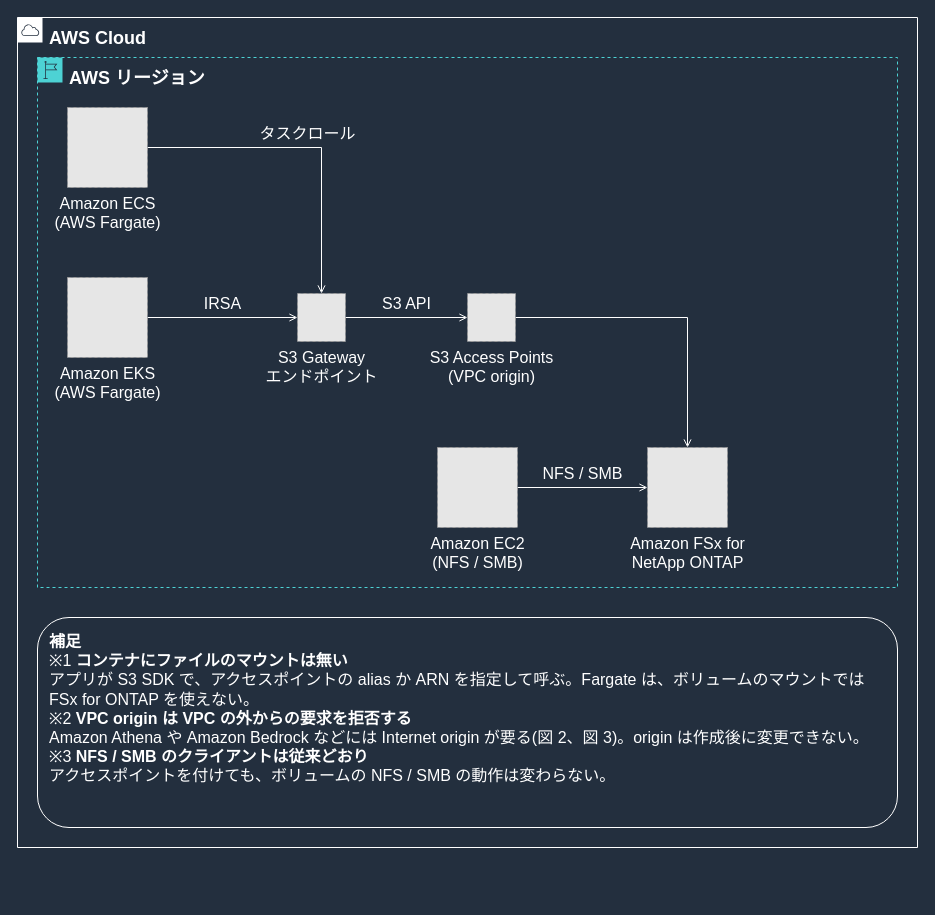
Earlier version of the draw.io diagram docs/_assets/diagrams/s3ap-container-overview-dark.drawio (Yoshiki0705/FSx-for-ONTAP-Container-Datastore-Patterns). Source tidied: cells renumbered, new cells numbered last; positions are measured from the earlier drawing's top-left corner, leaving out a move shared by most shapes. Both pictures are drawn from the tidied source at 100%, with x=0, y=0 at pixel (17, 17). Pictures stored in the file or linked from it are replaced by grey dashed boxes.
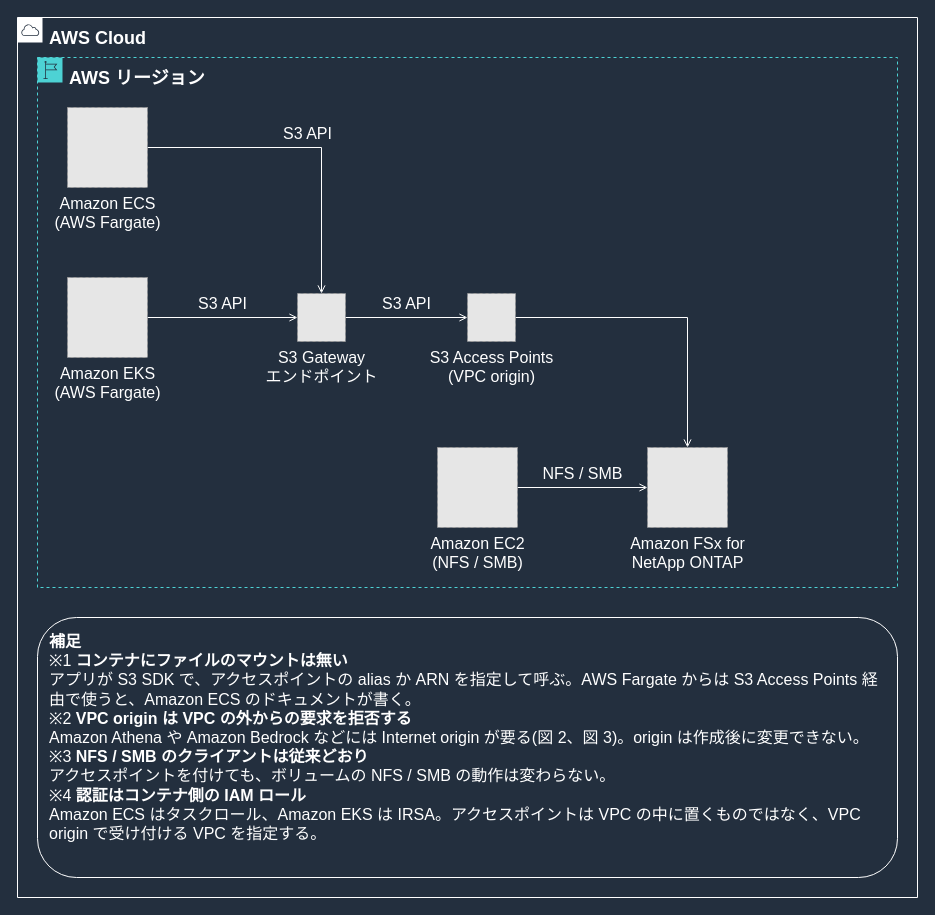
Above is the later version.

Diff of the diagram source:
```diff
@@
 <mxGraphModel background="#232F3E">
   <root>
     <mxCell id="0" />
     <mxCell id="1" parent="0" />
-    <mxCell id="2" value="タスクロール" style="edgeStyle=orthogonalEdgeStyle;rounded=0;html=1;endArrow=open;endFill=0;strokeColor=#FFFFFF;strokeWidth=1;fontSize=16;fontColor=#FFFFFF;labelBackgroundColor=#232F3E;exitX=1.0;exitY=0.5;exitDx=0;exitDy=0;entryX=0.5;entryY=0.0;entryDx=0;entryDy=0;" parent="1" edge="1" source="10" target="12">
+    <mxCell id="2" value="S3 API" style="edgeStyle=orthogonalEdgeStyle;rounded=0;html=1;endArrow=open;endFill=0;strokeColor=#FFFFFF;strokeWidth=1;fontSize=16;fontColor=#FFFFFF;labelBackgroundColor=#232F3E;exitX=1.0;exitY=0.5;exitDx=0;exitDy=0;entryX=0.5;entryY=0.0;entryDx=0;entryDy=0;" parent="1" edge="1" source="10" target="12">
       <mxGeometry relative="1" as="geometry">
         <mxPoint y="-14" as="offset" />
       </mxGeometry>
     </mxCell>
-    <mxCell id="3" value="IRSA" style="edgeStyle=orthogonalEdgeStyle;rounded=0;html=1;endArrow=open;endFill=0;strokeColor=#FFFFFF;strokeWidth=1;fontSize=16;fontColor=#FFFFFF;labelBackgroundColor=#232F3E;exitX=1.0;exitY=0.5;exitDx=0;exitDy=0;entryX=0.0;entryY=0.5;entryDx=0;entryDy=0;" parent="1" edge="1" source="11" target="12">
+    <mxCell id="3" value="S3 API" style="edgeStyle=orthogonalEdgeStyle;rounded=0;html=1;endArrow=open;endFill=0;strokeColor=#FFFFFF;strokeWidth=1;fontSize=16;fontColor=#FFFFFF;labelBackgroundColor=#232F3E;exitX=1.0;exitY=0.5;exitDx=0;exitDy=0;entryX=0.0;entryY=0.5;entryDx=0;entryDy=0;" parent="1" edge="1" source="11" target="12">
       <mxGeometry relative="1" as="geometry">
         <mxPoint y="-14" as="offset" />
       </mxGeometry>
     </mxCell>
     <mxCell id="4" value="S3 API" style="edgeStyle=orthogonalEdgeStyle;rounded=0;html=1;endArrow=open;endFill=0;strokeColor=#FFFFFF;strokeWidth=1;fontSize=16;fontColor=#FFFFFF;labelBackgroundColor=#232F3E;exitX=1.0;exitY=0.5;exitDx=0;exitDy=0;entryX=0.0;entryY=0.5;entryDx=0;entryDy=0;" parent="1" edge="1" source="12" target="13">
       <mxGeometry relative="1" as="geometry">
         <mxPoint y="-14" as="offset" />
       </mxGeometry>
     </mxCell>
     <mxCell id="5" style="edgeStyle=orthogonalEdgeStyle;rounded=0;html=1;endArrow=open;endFill=0;strokeColor=#FFFFFF;strokeWidth=1;fontSize=16;fontColor=#FFFFFF;labelBackgroundColor=#232F3E;exitX=1.0;exitY=0.5;exitDx=0;exitDy=0;entryX=0.5;entryY=0.0;entryDx=0;entryDy=0;" parent="1" edge="1" source="13" target="14">
       <mxGeometry relative="1" as="geometry" />
     </mxCell>
     <mxCell id="6" value="NFS / SMB" style="edgeStyle=orthogonalEdgeStyle;rounded=0;html=1;endArrow=open;endFill=0;strokeColor=#FFFFFF;strokeWidth=1;fontSize=16;fontColor=#FFFFFF;labelBackgroundColor=#232F3E;exitX=1.0;exitY=0.5;exitDx=0;exitDy=0;entryX=0.0;entryY=0.5;entryDx=0;entryDy=0;" parent="1" edge="1" source="15" target="14">
       <mxGeometry relative="1" as="geometry">
         <mxPoint y="-14" as="offset" />
       </mxGeometry>
     </mxCell>
     <mxCell id="7" value="AWS Cloud" style="gradientColor=none;html=1;whiteSpace=wrap;fontSize=18;fontStyle=1;fontColor=#FFFFFF;shape=mxgraph.aws4.group;grIcon=mxgraph.aws4.group_aws_cloud;strokeColor=#FFFFFF;fillColor=none;verticalAlign=top;align=left;spacingLeft=30;spacingTop=4;dashed=0;labelBackgroundColor=#232F3E;" parent="1" vertex="1">
-      <mxGeometry width="900" height="830" as="geometry" />
+      <mxGeometry width="900" height="880" as="geometry" />
     </mxCell>
     <mxCell id="8" value="AWS リージョン" style="gradientColor=none;html=1;whiteSpace=wrap;fontSize=18;fontStyle=1;fontColor=#FFFFFF;shape=mxgraph.aws4.group;grIcon=mxgraph.aws4.group_region;strokeColor=#4DD2D4;fillColor=none;verticalAlign=top;align=left;spacingLeft=30;spacingTop=4;dashed=1;labelBackgroundColor=#232F3E;" parent="1" vertex="1">
       <mxGeometry x="20" y="40" width="860" height="530" as="geometry" />
     </mxCell>
-    <mxCell id="9" value="&lt;b&gt;補足&lt;/b&gt;&lt;br&gt;※1 &lt;b&gt;コンテナにファイルのマウントは無い&lt;/b&gt;&lt;br&gt;アプリが S3 SDK で、アクセスポイントの alias か ARN を指定して呼ぶ。Fargate は、ボリュームのマウントでは FSx for ONTAP を使えない。&lt;br&gt;※2 &lt;b&gt;VPC origin は VPC の外からの要求を拒否する&lt;/b&gt;&lt;br&gt;Amazon Athena や Amazon Bedrock などには Internet origin が要る(図 2、図 3)。origin は作成後に変更できない。&lt;br&gt;※3 &lt;b&gt;NFS / SMB のクライアントは従来どおり&lt;/b&gt;&lt;br&gt;アクセスポイントを付けても、ボリュームの NFS / SMB の動作は変わらない。" style="rounded=1;whiteSpace=wrap;html=1;strokeColor=#FFFFFF;fillColor=none;fontColor=#FFFFFF;fontSize=16;verticalAlign=top;align=left;spacingLeft=10;spacingRight=10;spacingTop=8;" parent="1" vertex="1">
-      <mxGeometry x="20" y="600" width="860" height="210" as="geometry" />
+    <mxCell id="9" value="&lt;b&gt;補足&lt;/b&gt;&lt;br&gt;※1 &lt;b&gt;コンテナにファイルのマウントは無い&lt;/b&gt;&lt;br&gt;アプリが S3 SDK で、アクセスポイントの alias か ARN を指定して呼ぶ。AWS Fargate からは S3 Access Points 経由で使うと、Amazon ECS のドキュメントが書く。&lt;br&gt;※2 &lt;b&gt;VPC origin は VPC の外からの要求を拒否する&lt;/b&gt;&lt;br&gt;Amazon Athena や Amazon Bedrock などには Internet origin が要る(図 2、図 3)。origin は作成後に変更できない。&lt;br&gt;※3 &lt;b&gt;NFS / SMB のクライアントは従来どおり&lt;/b&gt;&lt;br&gt;アクセスポイントを付けても、ボリュームの NFS / SMB の動作は変わらない。&lt;br&gt;※4 &lt;b&gt;認証はコンテナ側の IAM ロール&lt;/b&gt;&lt;br&gt;Amazon ECS はタスクロール、Amazon EKS は IRSA。アクセスポイントは VPC の中に置くものではなく、VPC origin で受け付ける VPC を指定する。" style="rounded=1;whiteSpace=wrap;html=1;strokeColor=#FFFFFF;fillColor=none;fontColor=#FFFFFF;fontSize=16;verticalAlign=top;align=left;spacingLeft=10;spacingRight=10;spacingTop=8;" parent="1" vertex="1">
+      <mxGeometry x="20" y="600" width="860" height="260" as="geometry" />
     </mxCell>
     <mxCell id="10" value="Amazon ECS&lt;br&gt;(AWS Fargate)" style="fillColor=#E6E6E6;strokeColor=#999999;dashed=1;html=1;verticalLabelPosition=bottom;verticalAlign=top;labelPosition=center;align=center;fontSize=16;fontColor=#FFFFFF;" parent="1" vertex="1">
       <mxGeometry x="50" y="90" width="80" height="80" as="geometry" />
     </mxCell>
     <mxCell id="11" value="Amazon EKS&lt;br&gt;(AWS Fargate)" style="fillColor=#E6E6E6;strokeColor=#999999;dashed=1;html=1;verticalLabelPosition=bottom;verticalAlign=top;labelPosition=center;align=center;fontSize=16;fontColor=#FFFFFF;" parent="1" vertex="1">
       <mxGeometry x="50" y="260" width="80" height="80" as="geometry" />
     </mxCell>
     <mxCell id="12" value="S3 Gateway&lt;br&gt;エンドポイント" style="fillColor=#E6E6E6;strokeColor=#999999;dashed=1;html=1;verticalLabelPosition=bottom;verticalAlign=top;labelPosition=center;align=center;fontSize=16;fontColor=#FFFFFF;" parent="1" vertex="1">
       <mxGeometry x="280" y="276" width="48" height="48" as="geometry" />
     </mxCell>
     <mxCell id="13" value="S3 Access Points&lt;br&gt;(VPC origin)" style="fillColor=#E6E6E6;strokeColor=#999999;dashed=1;html=1;verticalLabelPosition=bottom;verticalAlign=top;labelPosition=center;align=center;fontSize=16;fontColor=#FFFFFF;" parent="1" vertex="1">
       <mxGeometry x="450" y="276" width="48" height="48" as="geometry" />
     </mxCell>
     <mxCell id="14" value="Amazon FSx for&lt;br&gt;NetApp ONTAP" style="fillColor=#E6E6E6;strokeColor=#999999;dashed=1;html=1;verticalLabelPosition=bottom;verticalAlign=top;labelPosition=center;align=center;fontSize=16;fontColor=#FFFFFF;" parent="1" vertex="1">
       <mxGeometry x="630" y="430" width="80" height="80" as="geometry" />
     </mxCell>
     <mxCell id="15" value="Amazon EC2&lt;br&gt;(NFS / SMB)" style="fillColor=#E6E6E6;strokeColor=#999999;dashed=1;html=1;verticalLabelPosition=bottom;verticalAlign=top;labelPosition=center;align=center;fontSize=16;fontColor=#FFFFFF;" parent="1" vertex="1">
       <mxGeometry x="420" y="430" width="80" height="80" as="geometry" />
     </mxCell>
   </root>
 </mxGraphModel>
```
